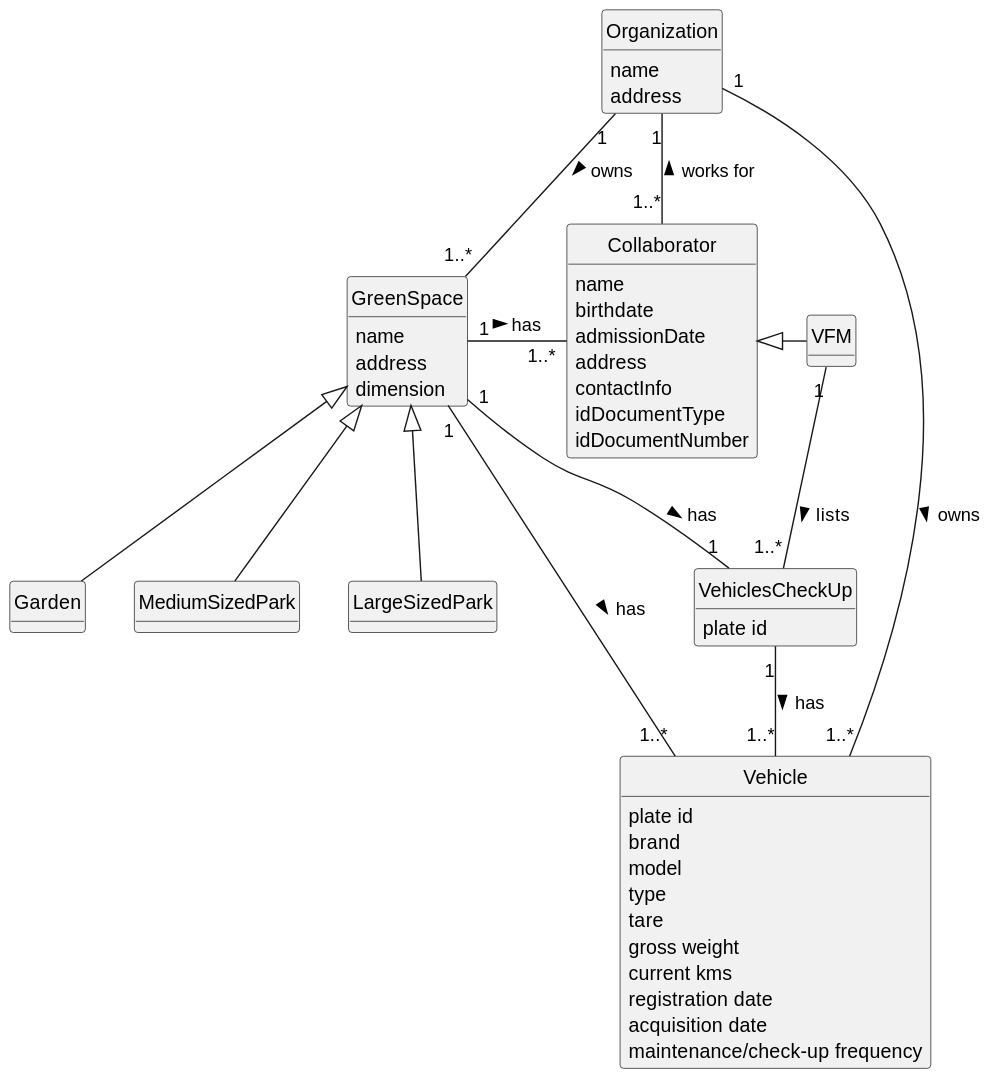
This is docs/sprintB/us008/02.analysis/svg/us008-domain-model.svg from diogoveirospro/lei-24-s2-1dg-g072, a PlantUML export, as it was before one commit.
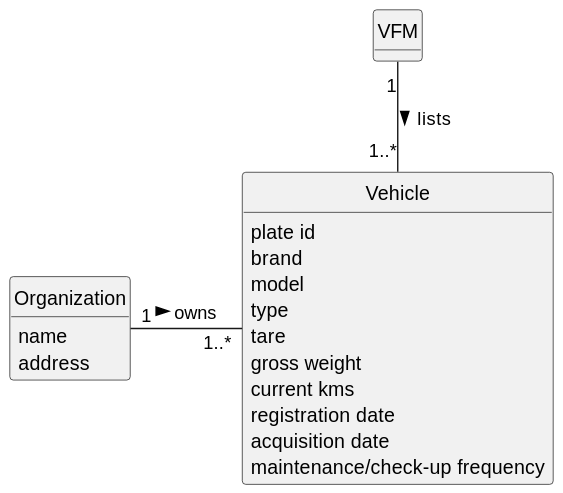
The same diagram one commit later.

Change to the diagram source:
```diff
@@ -9,15 +9,7 @@
 hide circle
 hide methods
 
-class Collaborator {
-    name
-    birthdate
-    admissionDate
-    address
-    contactInfo
-    idDocumentType
-    idDocumentNumber
-}
+
 class Organization{
     name
     address
@@ -27,24 +19,6 @@
 
 }
 
-
-class GreenSpace {
-    name
-    address
-    dimension
-}
-
-class Garden {
-
-}
-
-class MediumSizedPark {
-
-}
-
-class LargeSizedPark {
-
-}
 class Vehicle{
     plate id
     brand
@@ -58,20 +32,8 @@
     maintenance/check-up frequency
 }
 
-class VehiclesCheckUp {
-    plate id
-}
 
-Collaborator <|- VFM
-VFM "1" -- "1..*" VehiclesCheckUp: lists >
-GreenSpace <|-- Garden
-GreenSpace <|-- MediumSizedPark
-GreenSpace <|-- LargeSizedPark
-GreenSpace "1" - "1..*" Collaborator: has >
-VehiclesCheckUp "1" -- "1..*" Vehicle: has >
-GreenSpace "1" - "1..*" Vehicle: has >
-Organization "1" - "1..*" GreenSpace: owns >
-Organization "1" -- "1..*" Collaborator: works for <
-GreenSpace "1" - "1" VehiclesCheckUp: has >
+VFM "1" -- "1..*" Vehicle: lists >
+
 Organization "1" - "1..*" Vehicle: owns >
 @enduml
```
